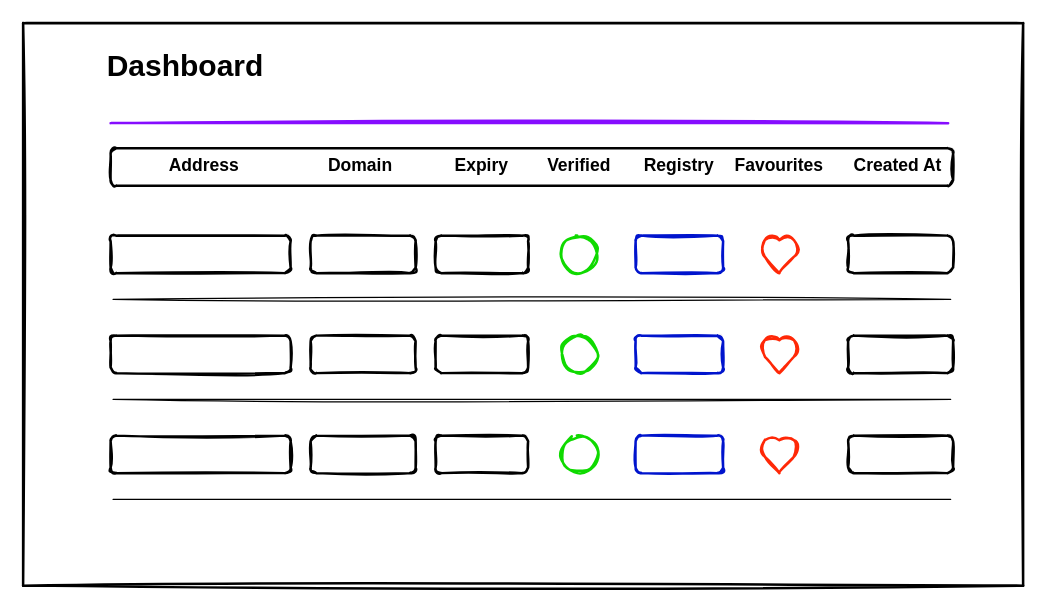
This is dashboard.drawio from dangerdave1/Action-Chess, a draw.io file, before an edit. Source tidied: cells renumbered, new cells numbered last; positions are measured from the earlier drawing's top-left corner, leaving out a move shared by most shapes. Both pictures are drawn from the tidied source at 125%, with x=0, y=0 at pixel (22, 22).
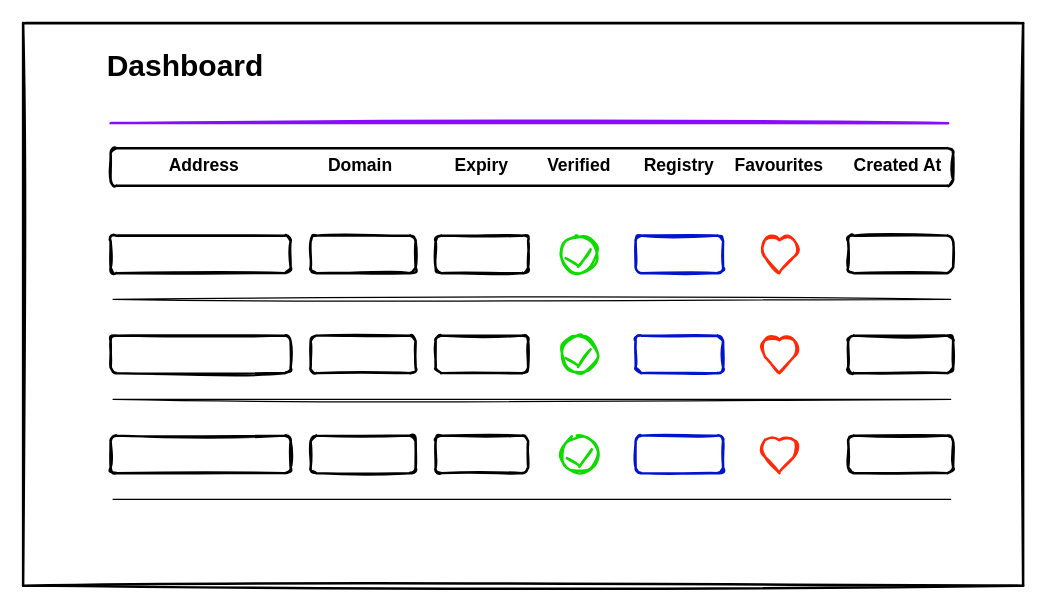
Above is the later version.

Diff of the diagram source:
```diff
@@
+    <mxCell id="40" style="endArrow=none;html=1;sketch=1;strokeWidth=2;strokeColor=#0FDA00;" parent="1" edge="1">
+      <mxGeometry relative="1" as="geometry">
+        <mxPoint x="444" y="194" as="sourcePoint" />
+        <mxPoint x="434" y="188" as="targetPoint" />
+      </mxGeometry>
+    </mxCell>
+    <mxCell id="41" style="endArrow=none;html=1;sketch=1;strokeWidth=2;strokeColor=#0FDA00;" parent="1" edge="1">
+      <mxGeometry relative="1" as="geometry">
+        <mxPoint x="454" y="181" as="sourcePoint" />
+        <mxPoint x="444" y="195" as="targetPoint" />
+      </mxGeometry>
+    </mxCell>
+    <mxCell id="42" style="endArrow=none;html=1;sketch=1;strokeWidth=2;strokeColor=#0FDA00;" parent="1" edge="1">
+      <mxGeometry relative="1" as="geometry">
+        <mxPoint x="444" y="274" as="sourcePoint" />
+        <mxPoint x="434" y="268" as="targetPoint" />
+      </mxGeometry>
+    </mxCell>
+    <mxCell id="43" style="endArrow=none;html=1;sketch=1;strokeWidth=2;strokeColor=#0FDA00;" parent="1" edge="1">
+      <mxGeometry relative="1" as="geometry">
+        <mxPoint x="454" y="261" as="sourcePoint" />
+        <mxPoint x="444" y="275" as="targetPoint" />
+      </mxGeometry>
+    </mxCell>
+    <mxCell id="44" style="endArrow=none;html=1;sketch=1;strokeWidth=2;strokeColor=#0FDA00;" parent="1" edge="1">
+      <mxGeometry relative="1" as="geometry">
+        <mxPoint x="445" y="354" as="sourcePoint" />
+        <mxPoint x="435" y="348" as="targetPoint" />
+      </mxGeometry>
+    </mxCell>
+    <mxCell id="45" style="endArrow=none;html=1;sketch=1;strokeWidth=2;strokeColor=#0FDA00;" parent="1" edge="1">
+      <mxGeometry relative="1" as="geometry">
+        <mxPoint x="455" y="341" as="sourcePoint" />
+        <mxPoint x="445" y="355" as="targetPoint" />
+      </mxGeometry>
+    </mxCell>
```
